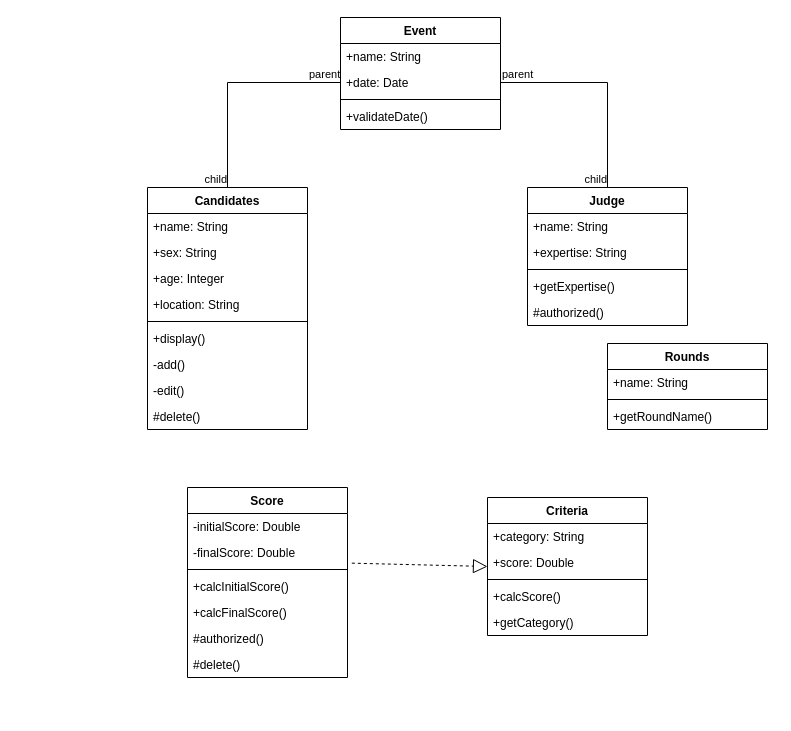
Before: Tabulation System.drawio in kaisunoo/Acads, a draw.io diagram. Source tidied: cells renumbered, new cells numbered last; positions are measured from the earlier drawing's top-left corner, leaving out a move shared by most shapes. Both pictures are drawn from the tidied source at 100%, with x=0, y=0 at pixel (147, 17).
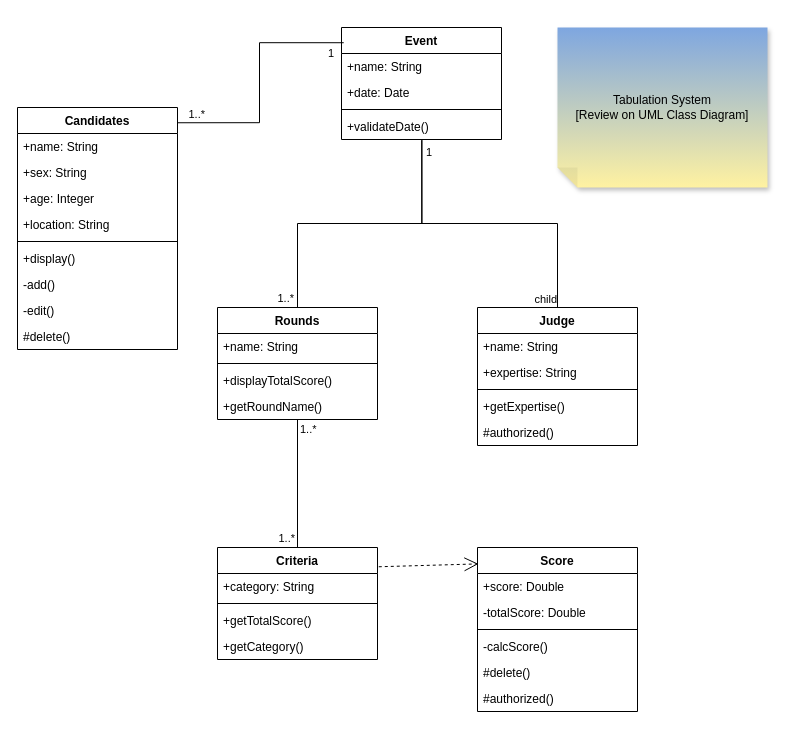
Above is the later version.

Unchanged cells that the change refers to:
```xml
<mxCell id="28" value="+date: Date" style="text;align=left;verticalAlign=top;spacingLeft=4;spacingRight=4;overflow=hidden;points=[[0,0.5],[1,0.5]];portConstraint=eastwest;rounded=0;shadow=0;html=0;" parent="26" vertex="1">
  <mxGeometry y="52" width="160" height="26" as="geometry" />
</mxCell>
<mxCell id="30" value="+validateDate()" style="text;align=left;verticalAlign=top;spacingLeft=4;spacingRight=4;overflow=hidden;points=[[0,0.5],[1,0.5]];portConstraint=eastwest;" parent="26" vertex="1">
  <mxGeometry y="86" width="160" height="26" as="geometry" />
</mxCell>
```

Diff of the diagram source:
```diff
@@
     <mxCell id="2" value="Criteria" style="swimlane;fontStyle=1;align=center;verticalAlign=top;horizontal=1;startSize=26;whiteSpace=wrap;html=1;" parent="1" vertex="1">
-      <mxGeometry x="340" y="480" width="160" height="138" as="geometry" />
+      <mxGeometry x="70" y="530" width="160" height="112" as="geometry" />
     </mxCell>
@@
-    <mxCell id="4" value="+score: Double" style="text;strokeColor=none;fillColor=none;align=left;verticalAlign=top;spacingLeft=4;spacingRight=4;overflow=hidden;whiteSpace=wrap;html=1;" parent="2" vertex="1">
-      <mxGeometry y="52" width="160" height="26" as="geometry" />
-    </mxCell>
     <mxCell id="5" style="line;strokeWidth=1;fillColor=none;align=left;verticalAlign=middle;spacingTop=-1;spacingLeft=3;spacingRight=3;labelPosition=right;strokeColor=inherit;" parent="2" vertex="1">
-      <mxGeometry y="78" width="160" height="8" as="geometry" />
+      <mxGeometry y="52" width="160" height="8" as="geometry" />
     </mxCell>
-    <mxCell id="6" value="+calcScore()" style="text;align=left;verticalAlign=top;spacingLeft=4;spacingRight=4;overflow=hidden;" parent="2" vertex="1">
-      <mxGeometry y="86" width="160" height="26" as="geometry" />
-    </mxCell>
+    <mxCell id="48" value="+getTotalScore()" style="text;strokeColor=none;fillColor=none;align=left;verticalAlign=top;spacingLeft=4;spacingRight=4;overflow=hidden;whiteSpace=wrap;html=1;" parent="2" vertex="1">
+      <mxGeometry y="60" width="160" height="26" as="geometry" />
+    </mxCell>
     <mxCell id="7" value="+getCategory()" style="text;strokeColor=none;fillColor=none;align=left;verticalAlign=top;spacingLeft=4;spacingRight=4;overflow=hidden;whiteSpace=wrap;html=1;" parent="2" vertex="1">
-      <mxGeometry y="112" width="160" height="26" as="geometry" />
+      <mxGeometry y="86" width="160" height="26" as="geometry" />
     </mxCell>
     <mxCell id="8" value="Candidates" style="swimlane;fontStyle=1;align=center;verticalAlign=top;horizontal=1;startSize=26;whiteSpace=wrap;html=1;" parent="1" vertex="1">
-      <mxGeometry y="170" width="160" height="242" as="geometry" />
+      <mxGeometry x="-130" y="90" width="160" height="242" as="geometry" />
     </mxCell>
@@
     <mxCell id="18" value="Score" style="swimlane;fontStyle=1;align=center;verticalAlign=top;horizontal=1;startSize=26;whiteSpace=wrap;html=1;" parent="1" vertex="1">
-      <mxGeometry x="40" y="470" width="160" height="190" as="geometry" />
+      <mxGeometry x="330" y="530" width="160" height="164" as="geometry" />
     </mxCell>
-    <mxCell id="19" value="-initialScore: Double" style="text;strokeColor=none;fillColor=none;align=left;verticalAlign=top;spacingLeft=4;spacingRight=4;overflow=hidden;whiteSpace=wrap;html=1;" parent="18" vertex="1">
-      <mxGeometry y="26" width="160" height="26" as="geometry" />
-    </mxCell>
+    <mxCell id="4" value="+score: Double" style="text;strokeColor=none;fillColor=none;align=left;verticalAlign=top;spacingLeft=4;spacingRight=4;overflow=hidden;whiteSpace=wrap;html=1;" parent="18" vertex="1">
+      <mxGeometry y="26" width="160" height="26" as="geometry" />
+    </mxCell>
-    <mxCell id="20" value="-finalScore: Double" style="text;strokeColor=none;fillColor=none;align=left;verticalAlign=top;spacingLeft=4;spacingRight=4;overflow=hidden;points=[[0,0.5],[1,0.5]];portConstraint=eastwest;whiteSpace=wrap;html=1;" parent="18" vertex="1">
+    <mxCell id="20" value="-totalScore: Double" style="text;strokeColor=none;fillColor=none;align=left;verticalAlign=top;spacingLeft=4;spacingRight=4;overflow=hidden;points=[[0,0.5],[1,0.5]];portConstraint=eastwest;whiteSpace=wrap;html=1;" parent="18" vertex="1">
       <mxGeometry y="52" width="160" height="26" as="geometry" />
     </mxCell>
@@
-    <mxCell id="22" value="+calcInitialScore()" style="text;align=left;verticalAlign=top;spacingLeft=4;spacingRight=4;overflow=hidden;" parent="18" vertex="1">
-      <mxGeometry y="86" width="160" height="26" as="geometry" />
-    </mxCell>
-    <mxCell id="23" value="+calcFinalScore()" style="text;strokeColor=none;fillColor=none;align=left;verticalAlign=top;spacingLeft=4;spacingRight=4;overflow=hidden;whiteSpace=wrap;html=1;" parent="18" vertex="1">
-      <mxGeometry y="112" width="160" height="26" as="geometry" />
+    <mxCell id="23" value="-calcScore()" style="text;strokeColor=none;fillColor=none;align=left;verticalAlign=top;spacingLeft=4;spacingRight=4;overflow=hidden;whiteSpace=wrap;html=1;" parent="18" vertex="1">
+      <mxGeometry y="86" width="160" height="26" as="geometry" />
     </mxCell>
+    <mxCell id="25" value="#delete()" style="text;strokeColor=none;fillColor=none;align=left;verticalAlign=top;spacingLeft=4;spacingRight=4;overflow=hidden;whiteSpace=wrap;html=1;" parent="18" vertex="1">
+      <mxGeometry y="112" width="160" height="26" as="geometry" />
+    </mxCell>
@@
-    <mxCell id="25" value="#delete()" style="text;strokeColor=none;fillColor=none;align=left;verticalAlign=top;spacingLeft=4;spacingRight=4;overflow=hidden;whiteSpace=wrap;html=1;" parent="18" vertex="1">
-      <mxGeometry y="164" width="160" height="26" as="geometry" />
-    </mxCell>
     <mxCell id="26" value="Event" style="swimlane;fontStyle=1;align=center;verticalAlign=top;horizontal=1;startSize=26;whiteSpace=wrap;html=1;" parent="1" vertex="1">
-      <mxGeometry x="193" width="160" height="112" as="geometry" />
+      <mxGeometry x="194" y="10" width="160" height="112" as="geometry" />
     </mxCell>
@@
     <mxCell id="31" value="Judge" style="swimlane;fontStyle=1;align=center;verticalAlign=top;horizontal=1;startSize=26;whiteSpace=wrap;html=1;" parent="1" vertex="1">
-      <mxGeometry x="380" y="170" width="160" height="138" as="geometry" />
+      <mxGeometry x="330" y="290" width="160" height="138" as="geometry" />
     </mxCell>
@@
     <mxCell id="37" value="Rounds" style="swimlane;fontStyle=1;align=center;verticalAlign=top;horizontal=1;startSize=26;whiteSpace=wrap;html=1;" parent="1" vertex="1">
-      <mxGeometry x="460" y="326" width="160" height="86" as="geometry" />
+      <mxGeometry x="70" y="290" width="160" height="112" as="geometry" />
     </mxCell>
@@
+    <mxCell id="49" value="+displayTotalScore()" style="text;strokeColor=none;fillColor=none;align=left;verticalAlign=top;spacingLeft=4;spacingRight=4;overflow=hidden;whiteSpace=wrap;html=1;" parent="37" vertex="1">
+      <mxGeometry y="60" width="160" height="26" as="geometry" />
+    </mxCell>
     <mxCell id="40" value="+getRoundName()" style="text;strokeColor=none;fillColor=none;align=left;verticalAlign=top;spacingLeft=4;spacingRight=4;overflow=hidden;whiteSpace=wrap;html=1;" parent="37" vertex="1">
-      <mxGeometry y="60" width="160" height="26" as="geometry" />
+      <mxGeometry y="86" width="160" height="26" as="geometry" />
     </mxCell>
-    <mxCell id="41" style="endArrow=block;dashed=1;endFill=0;endSize=12;html=1;rounded=0;exitX=1.027;exitY=0.91;exitDx=0;exitDy=0;exitPerimeter=0;entryX=0;entryY=0.5;entryDx=0;entryDy=0;" parent="1" edge="1" source="20" target="2">
-      <mxGeometry relative="1" as="geometry" />
-    </mxCell>
-    <mxCell id="42" style="endArrow=none;html=1;edgeStyle=orthogonalEdgeStyle;rounded=0;exitX=0;exitY=0.5;exitDx=0;exitDy=0;entryX=0.5;entryY=0;entryDx=0;entryDy=0;" parent="1" edge="1" source="28" target="8">
-      <mxGeometry relative="1" as="geometry" />
-    </mxCell>
-    <mxCell id="43" value="parent" style="edgeLabel;html=1;align=left;verticalAlign=bottom;" parent="42" vertex="1">
-      <mxGeometry x="-1" relative="1" as="geometry">
-        <mxPoint x="-33" as="offset" />
-      </mxGeometry>
-    </mxCell>
-    <mxCell id="44" value="child" style="edgeLabel;html=1;align=right;verticalAlign=bottom;" parent="42" vertex="1">
-      <mxGeometry x="1" relative="1" as="geometry" />
-    </mxCell>
-    <mxCell id="45" style="endArrow=none;html=1;edgeStyle=orthogonalEdgeStyle;rounded=0;exitX=1;exitY=0.5;exitDx=0;exitDy=0;entryX=0.5;entryY=0;entryDx=0;entryDy=0;" parent="1" edge="1" source="28" target="31">
-      <mxGeometry relative="1" as="geometry" />
-    </mxCell>
-    <mxCell id="46" value="parent" style="edgeLabel;html=1;align=left;verticalAlign=bottom;" parent="45" vertex="1">
-      <mxGeometry x="-1" relative="1" as="geometry" />
-    </mxCell>
-    <mxCell id="47" value="child" style="edgeLabel;html=1;align=right;verticalAlign=bottom;" parent="45" vertex="1">
-      <mxGeometry x="1" relative="1" as="geometry" />
-    </mxCell>
+    <mxCell id="50" style="endArrow=none;html=1;edgeStyle=orthogonalEdgeStyle;rounded=0;exitX=0.014;exitY=0.136;exitDx=0;exitDy=0;exitPerimeter=0;entryX=1.001;entryY=0.063;entryDx=0;entryDy=0;entryPerimeter=0;" parent="1" edge="1" source="26" target="8">
+      <mxGeometry relative="1" as="geometry" />
+    </mxCell>
+    <mxCell id="51" value="1" style="edgeLabel;html=1;align=left;verticalAlign=bottom;" parent="50" vertex="1">
+      <mxGeometry x="-1" relative="1" as="geometry">
+        <mxPoint x="-17" y="19" as="offset" />
+      </mxGeometry>
+    </mxCell>
+    <mxCell id="52" value="1..*" style="edgeLabel;html=1;align=right;verticalAlign=bottom;" parent="50" vertex="1">
+      <mxGeometry x="1" relative="1" as="geometry">
+        <mxPoint x="28" as="offset" />
+      </mxGeometry>
+    </mxCell>
+    <mxCell id="53" style="endArrow=none;html=1;edgeStyle=orthogonalEdgeStyle;rounded=0;exitX=0.503;exitY=1.005;exitDx=0;exitDy=0;exitPerimeter=0;entryX=0.5;entryY=0;entryDx=0;entryDy=0;" parent="1" edge="1" source="30" target="37">
+      <mxGeometry relative="1" as="geometry" />
+    </mxCell>
+    <mxCell id="54" value="1" style="edgeLabel;html=1;align=left;verticalAlign=bottom;" parent="53" vertex="1">
+      <mxGeometry x="-1" relative="1" as="geometry">
+        <mxPoint x="3" y="21" as="offset" />
+      </mxGeometry>
+    </mxCell>
+    <mxCell id="55" value="1..*" style="edgeLabel;html=1;align=right;verticalAlign=bottom;" parent="53" vertex="1">
+      <mxGeometry x="1" relative="1" as="geometry">
+        <mxPoint x="-3" y="-1" as="offset" />
+      </mxGeometry>
+    </mxCell>
+    <mxCell id="56" style="endArrow=open;endSize=12;dashed=1;html=1;rounded=0;exitX=1.008;exitY=0.172;exitDx=0;exitDy=0;exitPerimeter=0;entryX=0.006;entryY=0.1;entryDx=0;entryDy=0;entryPerimeter=0;" parent="1" edge="1" source="2" target="18">
+      <mxGeometry relative="1" as="geometry" />
+    </mxCell>
+    <mxCell id="57" style="endArrow=none;html=1;edgeStyle=orthogonalEdgeStyle;rounded=0;entryX=0.5;entryY=0;entryDx=0;entryDy=0;" parent="1" edge="1" source="37" target="2">
+      <mxGeometry relative="1" as="geometry" />
+    </mxCell>
+    <mxCell id="58" value="1..*" style="edgeLabel;html=1;align=left;verticalAlign=bottom;" parent="57" vertex="1">
+      <mxGeometry x="-1" relative="1" as="geometry">
+        <mxPoint x="1" y="18" as="offset" />
+      </mxGeometry>
+    </mxCell>
+    <mxCell id="59" value="1..*" style="edgeLabel;html=1;align=right;verticalAlign=bottom;" parent="57" vertex="1">
+      <mxGeometry x="1" relative="1" as="geometry">
+        <mxPoint x="-2" y="-1" as="offset" />
+      </mxGeometry>
+    </mxCell>
+    <mxCell id="60" value="Tabulation System &lt;br&gt;[Review on UML Class Diagram]" style="shape=note;whiteSpace=wrap;html=1;backgroundOutline=1;fontColor=#000000;darkOpacity=0.05;fillColor=#7EA6E0;strokeColor=none;fillStyle=solid;direction=west;gradientDirection=north;gradientColor=#FFF2A1;shadow=1;size=20;" parent="1" vertex="1">
+      <mxGeometry x="410" y="10" width="210" height="160" as="geometry" />
+    </mxCell>
+    <mxCell id="61" style="endArrow=none;html=1;edgeStyle=orthogonalEdgeStyle;rounded=0;entryX=0.5;entryY=0;entryDx=0;entryDy=0;exitX=0.501;exitY=1.027;exitDx=0;exitDy=0;exitPerimeter=0;" parent="1" edge="1" source="30" target="31">
+      <mxGeometry relative="1" as="geometry" />
+    </mxCell>
+    <mxCell id="62" value="child" style="edgeLabel;html=1;align=right;verticalAlign=bottom;" parent="61" vertex="1">
+      <mxGeometry x="1" relative="1" as="geometry" />
+    </mxCell>
```
